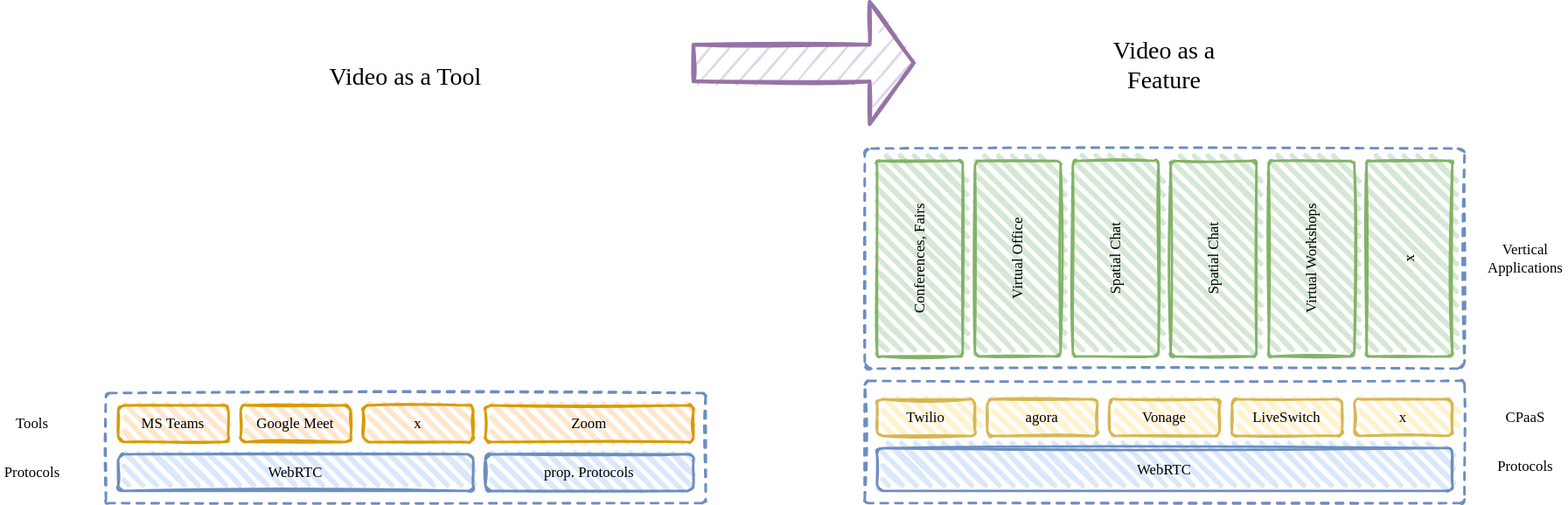
Earlier version of the draw.io export graphics/tools.video-from-tool-to-feature.drawio.svg (thomykay/t4at-movingimages). Source tidied: cells renumbered, new cells last; positions are measured from the earlier drawing's top-left corner, leaving out a move shared by most shapes. The source it was exported from:
```xml
<mxGraphModel>
  <root>
    <mxCell id="0" />
    <mxCell id="1" parent="0" />
    <mxCell id="2" value="WebRTC" style="rounded=1;whiteSpace=wrap;html=1;strokeWidth=2;fillWeight=4;hachureGap=8;hachureAngle=45;fillColor=#dae8fc;sketch=1;fontFamily=Comic Sans MS;labelBorderColor=none;strokeColor=#6c8ebf;" parent="1" vertex="1">
      <mxGeometry x="90" y="370" width="290" height="30" as="geometry" />
    </mxCell>
    <mxCell id="3" value="prop. Protocols" style="rounded=1;whiteSpace=wrap;html=1;strokeWidth=2;fillWeight=4;hachureGap=8;hachureAngle=45;fillColor=#dae8fc;sketch=1;fontFamily=Comic Sans MS;labelBorderColor=none;strokeColor=#6c8ebf;" parent="1" vertex="1">
      <mxGeometry x="390" y="370" width="170" height="30" as="geometry" />
    </mxCell>
    <mxCell id="4" value="Google Meet" style="rounded=1;whiteSpace=wrap;html=1;strokeWidth=2;fillWeight=4;hachureGap=8;hachureAngle=45;fillColor=#ffe6cc;sketch=1;fontFamily=Comic Sans MS;labelBorderColor=none;strokeColor=#d79b00;" parent="1" vertex="1">
      <mxGeometry x="190" y="330" width="90" height="30" as="geometry" />
    </mxCell>
    <mxCell id="5" value="MS Teams" style="rounded=1;whiteSpace=wrap;html=1;strokeWidth=2;fillWeight=4;hachureGap=8;hachureAngle=45;fillColor=#ffe6cc;sketch=1;fontFamily=Comic Sans MS;labelBorderColor=none;strokeColor=#d79b00;" parent="1" vertex="1">
      <mxGeometry x="90" y="330" width="90" height="30" as="geometry" />
    </mxCell>
    <mxCell id="6" value="Zoom" style="rounded=1;whiteSpace=wrap;html=1;strokeWidth=2;fillWeight=4;hachureGap=8;hachureAngle=45;fillColor=#ffe6cc;sketch=1;fontFamily=Comic Sans MS;labelBorderColor=none;strokeColor=#d79b00;" parent="1" vertex="1">
      <mxGeometry x="390" y="330" width="170" height="30" as="geometry" />
    </mxCell>
    <mxCell id="7" style="rounded=1;whiteSpace=wrap;html=1;strokeWidth=2;fillWeight=4;hachureGap=8;hachureAngle=45;sketch=1;fontFamily=Comic Sans MS;labelBorderColor=none;strokeColor=#6c8ebf;dashed=1;fillColor=none;arcSize=3;" parent="1" vertex="1">
      <mxGeometry x="80" y="320" width="490" height="90" as="geometry" />
    </mxCell>
    <mxCell id="8" style="rounded=1;whiteSpace=wrap;html=1;strokeWidth=2;fillWeight=4;hachureGap=8;hachureAngle=45;sketch=1;fontFamily=Comic Sans MS;labelBorderColor=none;strokeColor=#6c8ebf;dashed=1;fillColor=none;arcSize=3;" parent="1" vertex="1">
      <mxGeometry x="700" y="310" width="490" height="100" as="geometry" />
    </mxCell>
    <mxCell id="9" value="WebRTC" style="rounded=1;whiteSpace=wrap;html=1;strokeWidth=2;fillWeight=4;hachureGap=8;hachureAngle=45;fillColor=#dae8fc;sketch=1;fontFamily=Comic Sans MS;labelBorderColor=none;strokeColor=#6c8ebf;" parent="1" vertex="1">
      <mxGeometry x="710" y="365" width="470" height="35" as="geometry" />
    </mxCell>
    <mxCell id="10" value="x" style="rounded=1;whiteSpace=wrap;html=1;strokeWidth=2;fillWeight=4;hachureGap=8;hachureAngle=45;fillColor=#ffe6cc;sketch=1;fontFamily=Comic Sans MS;labelBorderColor=none;strokeColor=#d79b00;" parent="1" vertex="1">
      <mxGeometry x="290" y="330" width="90" height="30" as="geometry" />
    </mxCell>
    <mxCell id="11" value="Video as a Tool" style="text;html=1;strokeColor=none;fillColor=none;align=center;verticalAlign=middle;whiteSpace=wrap;rounded=0;dashed=1;fontFamily=Comic Sans MS;fontSize=20;" parent="1" vertex="1">
      <mxGeometry x="250" y="50" width="150" height="20" as="geometry" />
    </mxCell>
    <mxCell id="12" value="Protocols" style="text;html=1;strokeColor=none;fillColor=none;align=center;verticalAlign=middle;whiteSpace=wrap;rounded=0;dashed=1;fontFamily=Comic Sans MS;" parent="1" vertex="1">
      <mxGeometry y="375" width="40" height="20" as="geometry" />
    </mxCell>
    <mxCell id="13" value="Tools" style="text;html=1;strokeColor=none;fillColor=none;align=center;verticalAlign=middle;whiteSpace=wrap;rounded=0;dashed=1;fontFamily=Comic Sans MS;" parent="1" vertex="1">
      <mxGeometry y="335" width="40" height="20" as="geometry" />
    </mxCell>
    <mxCell id="14" value="Twilio" style="rounded=1;whiteSpace=wrap;html=1;strokeWidth=2;fillWeight=4;hachureGap=8;hachureAngle=45;fillColor=#fff2cc;sketch=1;fontFamily=Comic Sans MS;labelBorderColor=none;strokeColor=#d6b656;" parent="1" vertex="1">
      <mxGeometry x="710" y="325" width="80" height="30" as="geometry" />
    </mxCell>
    <mxCell id="15" value="agora" style="rounded=1;whiteSpace=wrap;html=1;strokeWidth=2;fillWeight=4;hachureGap=8;hachureAngle=45;fillColor=#fff2cc;sketch=1;fontFamily=Comic Sans MS;labelBorderColor=none;strokeColor=#d6b656;" parent="1" vertex="1">
      <mxGeometry x="800" y="325" width="90" height="30" as="geometry" />
    </mxCell>
    <mxCell id="16" value="Protocols" style="text;html=1;strokeColor=none;fillColor=none;align=center;verticalAlign=middle;whiteSpace=wrap;rounded=0;dashed=1;fontFamily=Comic Sans MS;" parent="1" vertex="1">
      <mxGeometry x="1220" y="370" width="40" height="20" as="geometry" />
    </mxCell>
    <mxCell id="17" value="CPaaS" style="text;html=1;strokeColor=none;fillColor=none;align=center;verticalAlign=middle;whiteSpace=wrap;rounded=0;dashed=1;fontFamily=Comic Sans MS;" parent="1" vertex="1">
      <mxGeometry x="1220" y="330" width="40" height="20" as="geometry" />
    </mxCell>
    <mxCell id="18" value="Vonage" style="rounded=1;whiteSpace=wrap;html=1;strokeWidth=2;fillWeight=4;hachureGap=8;hachureAngle=45;fillColor=#fff2cc;sketch=1;fontFamily=Comic Sans MS;labelBorderColor=none;strokeColor=#d6b656;" parent="1" vertex="1">
      <mxGeometry x="900" y="325" width="90" height="30" as="geometry" />
    </mxCell>
    <mxCell id="19" value="LiveSwitch" style="rounded=1;whiteSpace=wrap;html=1;strokeWidth=2;fillWeight=4;hachureGap=8;hachureAngle=45;fillColor=#fff2cc;sketch=1;fontFamily=Comic Sans MS;labelBorderColor=none;strokeColor=#d6b656;" parent="1" vertex="1">
      <mxGeometry x="1000" y="325" width="90" height="30" as="geometry" />
    </mxCell>
    <mxCell id="20" value="x" style="rounded=1;whiteSpace=wrap;html=1;strokeWidth=2;fillWeight=4;hachureGap=8;hachureAngle=45;fillColor=#fff2cc;sketch=1;fontFamily=Comic Sans MS;labelBorderColor=none;strokeColor=#d6b656;" parent="1" vertex="1">
      <mxGeometry x="1100" y="325" width="80" height="30" as="geometry" />
    </mxCell>
    <mxCell id="21" style="rounded=1;whiteSpace=wrap;html=1;strokeWidth=2;fillWeight=4;hachureGap=8;hachureAngle=45;sketch=1;fontFamily=Comic Sans MS;labelBorderColor=none;strokeColor=#6c8ebf;dashed=1;fillColor=none;arcSize=3;" parent="1" vertex="1">
      <mxGeometry x="700" y="120" width="490" height="180" as="geometry" />
    </mxCell>
    <mxCell id="22" value="Conferences, Fairs&lt;br&gt;" style="rounded=1;whiteSpace=wrap;html=1;strokeWidth=2;fillWeight=4;hachureGap=8;hachureAngle=45;fillColor=#d5e8d4;sketch=1;fontFamily=Comic Sans MS;labelBorderColor=none;strokeColor=#82b366;arcSize=5;horizontal=0;" parent="1" vertex="1">
      <mxGeometry x="710" y="130" width="70" height="160" as="geometry" />
    </mxCell>
    <mxCell id="23" value="Virtual Office" style="rounded=1;whiteSpace=wrap;html=1;strokeWidth=2;fillWeight=4;hachureGap=8;hachureAngle=45;fillColor=#d5e8d4;sketch=1;fontFamily=Comic Sans MS;labelBorderColor=none;strokeColor=#82b366;arcSize=5;horizontal=0;" parent="1" vertex="1">
      <mxGeometry x="790" y="130" width="70" height="160" as="geometry" />
    </mxCell>
    <mxCell id="24" value="Spatial Chat" style="rounded=1;whiteSpace=wrap;html=1;strokeWidth=2;fillWeight=4;hachureGap=8;hachureAngle=45;fillColor=#d5e8d4;sketch=1;fontFamily=Comic Sans MS;labelBorderColor=none;strokeColor=#82b366;arcSize=5;horizontal=0;" parent="1" vertex="1">
      <mxGeometry x="870" y="130" width="70" height="160" as="geometry" />
    </mxCell>
    <mxCell id="25" value="Spatial Chat" style="rounded=1;whiteSpace=wrap;html=1;strokeWidth=2;fillWeight=4;hachureGap=8;hachureAngle=45;fillColor=#d5e8d4;sketch=1;fontFamily=Comic Sans MS;labelBorderColor=none;strokeColor=#82b366;arcSize=5;horizontal=0;" parent="1" vertex="1">
      <mxGeometry x="950" y="130" width="70" height="160" as="geometry" />
    </mxCell>
    <mxCell id="26" value="Virtual Workshops" style="rounded=1;whiteSpace=wrap;html=1;strokeWidth=2;fillWeight=4;hachureGap=8;hachureAngle=45;fillColor=#d5e8d4;sketch=1;fontFamily=Comic Sans MS;labelBorderColor=none;strokeColor=#82b366;arcSize=5;horizontal=0;" parent="1" vertex="1">
      <mxGeometry x="1030" y="130" width="70" height="160" as="geometry" />
    </mxCell>
    <mxCell id="27" value="x" style="rounded=1;whiteSpace=wrap;html=1;strokeWidth=2;fillWeight=4;hachureGap=8;hachureAngle=45;fillColor=#d5e8d4;sketch=1;fontFamily=Comic Sans MS;labelBorderColor=none;strokeColor=#82b366;arcSize=5;horizontal=0;" parent="1" vertex="1">
      <mxGeometry x="1110" y="130" width="70" height="160" as="geometry" />
    </mxCell>
    <mxCell id="28" value="Vertical Applications" style="text;html=1;strokeColor=none;fillColor=none;align=center;verticalAlign=middle;whiteSpace=wrap;rounded=0;dashed=1;fontFamily=Comic Sans MS;" parent="1" vertex="1">
      <mxGeometry x="1220" y="200" width="40" height="20" as="geometry" />
    </mxCell>
    <mxCell id="29" value="Video as a Feature" style="text;html=1;strokeColor=none;fillColor=none;align=center;verticalAlign=middle;whiteSpace=wrap;rounded=0;dashed=1;fontFamily=Comic Sans MS;fontSize=20;" parent="1" vertex="1">
      <mxGeometry x="870" y="50" width="150" as="geometry" />
    </mxCell>
    <mxCell id="30" style="shape=singleArrow;direction=west;whiteSpace=wrap;html=1;fontFamily=Comic Sans MS;fontSize=20;sketch=1;rotation=-180;strokeWidth=3;fillColor=#e1d5e7;strokeColor=#9673a6;" parent="1" vertex="1">
      <mxGeometry x="560" width="180" height="100" as="geometry" />
    </mxCell>
  </root>
</mxGraphModel>
```
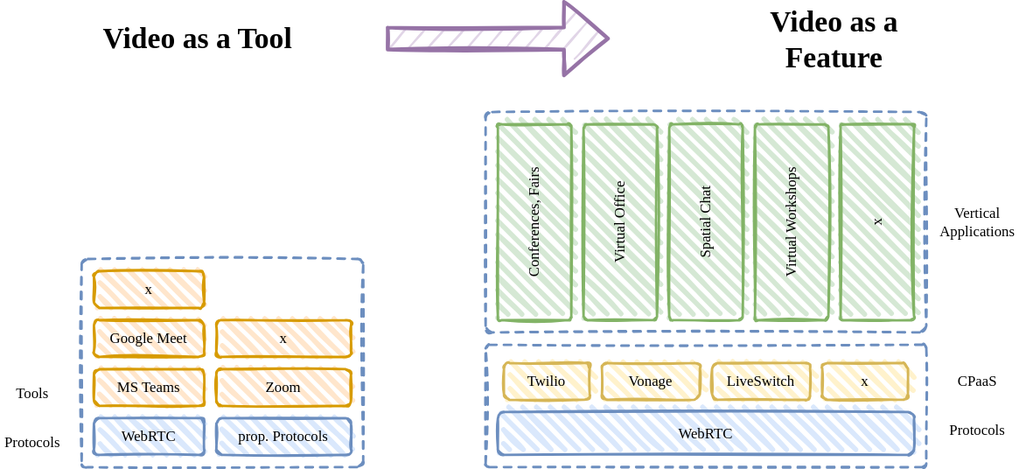
After the change.

Commit message:
State: Video Recording

Change to the diagram source:
```diff
@@ -3,91 +3,88 @@
     <mxCell id="0" />
     <mxCell id="1" parent="0" />
     <mxCell id="2" value="WebRTC" style="rounded=1;whiteSpace=wrap;html=1;strokeWidth=2;fillWeight=4;hachureGap=8;hachureAngle=45;fillColor=#dae8fc;sketch=1;fontFamily=Comic Sans MS;labelBorderColor=none;strokeColor=#6c8ebf;" parent="1" vertex="1">
-      <mxGeometry x="90" y="370" width="290" height="30" as="geometry" />
+      <mxGeometry x="380" y="370" width="90" height="30" as="geometry" />
     </mxCell>
     <mxCell id="3" value="prop. Protocols" style="rounded=1;whiteSpace=wrap;html=1;strokeWidth=2;fillWeight=4;hachureGap=8;hachureAngle=45;fillColor=#dae8fc;sketch=1;fontFamily=Comic Sans MS;labelBorderColor=none;strokeColor=#6c8ebf;" parent="1" vertex="1">
-      <mxGeometry x="390" y="370" width="170" height="30" as="geometry" />
+      <mxGeometry x="480" y="370" width="110" height="30" as="geometry" />
     </mxCell>
     <mxCell id="4" value="Google Meet" style="rounded=1;whiteSpace=wrap;html=1;strokeWidth=2;fillWeight=4;hachureGap=8;hachureAngle=45;fillColor=#ffe6cc;sketch=1;fontFamily=Comic Sans MS;labelBorderColor=none;strokeColor=#d79b00;" parent="1" vertex="1">
-      <mxGeometry x="190" y="330" width="90" height="30" as="geometry" />
+      <mxGeometry x="380" y="290" width="90" height="30" as="geometry" />
     </mxCell>
     <mxCell id="5" value="MS Teams" style="rounded=1;whiteSpace=wrap;html=1;strokeWidth=2;fillWeight=4;hachureGap=8;hachureAngle=45;fillColor=#ffe6cc;sketch=1;fontFamily=Comic Sans MS;labelBorderColor=none;strokeColor=#d79b00;" parent="1" vertex="1">
-      <mxGeometry x="90" y="330" width="90" height="30" as="geometry" />
+      <mxGeometry x="380" y="330" width="90" height="30" as="geometry" />
     </mxCell>
     <mxCell id="6" value="Zoom" style="rounded=1;whiteSpace=wrap;html=1;strokeWidth=2;fillWeight=4;hachureGap=8;hachureAngle=45;fillColor=#ffe6cc;sketch=1;fontFamily=Comic Sans MS;labelBorderColor=none;strokeColor=#d79b00;" parent="1" vertex="1">
-      <mxGeometry x="390" y="330" width="170" height="30" as="geometry" />
+      <mxGeometry x="480" y="330" width="110" height="30" as="geometry" />
     </mxCell>
     <mxCell id="7" style="rounded=1;whiteSpace=wrap;html=1;strokeWidth=2;fillWeight=4;hachureGap=8;hachureAngle=45;sketch=1;fontFamily=Comic Sans MS;labelBorderColor=none;strokeColor=#6c8ebf;dashed=1;fillColor=none;arcSize=3;" parent="1" vertex="1">
-      <mxGeometry x="80" y="320" width="490" height="90" as="geometry" />
+      <mxGeometry x="370" y="240" width="230" height="170" as="geometry" />
     </mxCell>
     <mxCell id="8" style="rounded=1;whiteSpace=wrap;html=1;strokeWidth=2;fillWeight=4;hachureGap=8;hachureAngle=45;sketch=1;fontFamily=Comic Sans MS;labelBorderColor=none;strokeColor=#6c8ebf;dashed=1;fillColor=none;arcSize=3;" parent="1" vertex="1">
-      <mxGeometry x="700" y="310" width="490" height="100" as="geometry" />
+      <mxGeometry x="700" y="310" width="360" height="100" as="geometry" />
     </mxCell>
     <mxCell id="9" value="WebRTC" style="rounded=1;whiteSpace=wrap;html=1;strokeWidth=2;fillWeight=4;hachureGap=8;hachureAngle=45;fillColor=#dae8fc;sketch=1;fontFamily=Comic Sans MS;labelBorderColor=none;strokeColor=#6c8ebf;" parent="1" vertex="1">
-      <mxGeometry x="710" y="365" width="470" height="35" as="geometry" />
+      <mxGeometry x="710" y="365" width="340" height="35" as="geometry" />
     </mxCell>
     <mxCell id="10" value="x" style="rounded=1;whiteSpace=wrap;html=1;strokeWidth=2;fillWeight=4;hachureGap=8;hachureAngle=45;fillColor=#ffe6cc;sketch=1;fontFamily=Comic Sans MS;labelBorderColor=none;strokeColor=#d79b00;" parent="1" vertex="1">
-      <mxGeometry x="290" y="330" width="90" height="30" as="geometry" />
+      <mxGeometry x="380" y="250" width="90" height="30" as="geometry" />
     </mxCell>
-    <mxCell id="11" value="Video as a Tool" style="text;html=1;strokeColor=none;fillColor=none;align=center;verticalAlign=middle;whiteSpace=wrap;rounded=0;dashed=1;fontFamily=Comic Sans MS;fontSize=20;" parent="1" vertex="1">
-      <mxGeometry x="250" y="50" width="150" height="20" as="geometry" />
+    <mxCell id="11" value="Video as a Tool" style="text;html=1;strokeColor=none;fillColor=none;align=center;verticalAlign=middle;whiteSpace=wrap;rounded=0;dashed=1;fontFamily=Comic Sans MS;fontSize=24;fontStyle=1;" parent="1" vertex="1">
+      <mxGeometry x="370" y="50" width="190" height="20" as="geometry" />
     </mxCell>
     <mxCell id="12" value="Protocols" style="text;html=1;strokeColor=none;fillColor=none;align=center;verticalAlign=middle;whiteSpace=wrap;rounded=0;dashed=1;fontFamily=Comic Sans MS;" parent="1" vertex="1">
-      <mxGeometry y="375" width="40" height="20" as="geometry" />
+      <mxGeometry x="310" y="380" width="40" height="20" as="geometry" />
     </mxCell>
     <mxCell id="13" value="Tools" style="text;html=1;strokeColor=none;fillColor=none;align=center;verticalAlign=middle;whiteSpace=wrap;rounded=0;dashed=1;fontFamily=Comic Sans MS;" parent="1" vertex="1">
-      <mxGeometry y="335" width="40" height="20" as="geometry" />
+      <mxGeometry x="310" y="340" width="40" height="20" as="geometry" />
     </mxCell>
     <mxCell id="14" value="Twilio" style="rounded=1;whiteSpace=wrap;html=1;strokeWidth=2;fillWeight=4;hachureGap=8;hachureAngle=45;fillColor=#fff2cc;sketch=1;fontFamily=Comic Sans MS;labelBorderColor=none;strokeColor=#d6b656;" parent="1" vertex="1">
-      <mxGeometry x="710" y="325" width="80" height="30" as="geometry" />
+      <mxGeometry x="715" y="325" width="70" height="30" as="geometry" />
     </mxCell>
-    <mxCell id="15" value="agora" style="rounded=1;whiteSpace=wrap;html=1;strokeWidth=2;fillWeight=4;hachureGap=8;hachureAngle=45;fillColor=#fff2cc;sketch=1;fontFamily=Comic Sans MS;labelBorderColor=none;strokeColor=#d6b656;" parent="1" vertex="1">
-      <mxGeometry x="800" y="325" width="90" height="30" as="geometry" />
-    </mxCell>
     <mxCell id="16" value="Protocols" style="text;html=1;strokeColor=none;fillColor=none;align=center;verticalAlign=middle;whiteSpace=wrap;rounded=0;dashed=1;fontFamily=Comic Sans MS;" parent="1" vertex="1">
-      <mxGeometry x="1220" y="370" width="40" height="20" as="geometry" />
+      <mxGeometry x="1082" y="370" width="40" height="20" as="geometry" />
     </mxCell>
     <mxCell id="17" value="CPaaS" style="text;html=1;strokeColor=none;fillColor=none;align=center;verticalAlign=middle;whiteSpace=wrap;rounded=0;dashed=1;fontFamily=Comic Sans MS;" parent="1" vertex="1">
-      <mxGeometry x="1220" y="330" width="40" height="20" as="geometry" />
+      <mxGeometry x="1082" y="330" width="40" height="20" as="geometry" />
     </mxCell>
     <mxCell id="18" value="Vonage" style="rounded=1;whiteSpace=wrap;html=1;strokeWidth=2;fillWeight=4;hachureGap=8;hachureAngle=45;fillColor=#fff2cc;sketch=1;fontFamily=Comic Sans MS;labelBorderColor=none;strokeColor=#d6b656;" parent="1" vertex="1">
-      <mxGeometry x="900" y="325" width="90" height="30" as="geometry" />
+      <mxGeometry x="795" y="325" width="80" height="30" as="geometry" />
     </mxCell>
     <mxCell id="19" value="LiveSwitch" style="rounded=1;whiteSpace=wrap;html=1;strokeWidth=2;fillWeight=4;hachureGap=8;hachureAngle=45;fillColor=#fff2cc;sketch=1;fontFamily=Comic Sans MS;labelBorderColor=none;strokeColor=#d6b656;" parent="1" vertex="1">
-      <mxGeometry x="1000" y="325" width="90" height="30" as="geometry" />
+      <mxGeometry x="885" y="325" width="80" height="30" as="geometry" />
     </mxCell>
     <mxCell id="20" value="x" style="rounded=1;whiteSpace=wrap;html=1;strokeWidth=2;fillWeight=4;hachureGap=8;hachureAngle=45;fillColor=#fff2cc;sketch=1;fontFamily=Comic Sans MS;labelBorderColor=none;strokeColor=#d6b656;" parent="1" vertex="1">
-      <mxGeometry x="1100" y="325" width="80" height="30" as="geometry" />
+      <mxGeometry x="975" y="325" width="70" height="30" as="geometry" />
     </mxCell>
     <mxCell id="21" style="rounded=1;whiteSpace=wrap;html=1;strokeWidth=2;fillWeight=4;hachureGap=8;hachureAngle=45;sketch=1;fontFamily=Comic Sans MS;labelBorderColor=none;strokeColor=#6c8ebf;dashed=1;fillColor=none;arcSize=3;" parent="1" vertex="1">
-      <mxGeometry x="700" y="120" width="490" height="180" as="geometry" />
+      <mxGeometry x="700" y="120" width="360" height="180" as="geometry" />
     </mxCell>
     <mxCell id="22" value="Conferences, Fairs&lt;br&gt;" style="rounded=1;whiteSpace=wrap;html=1;strokeWidth=2;fillWeight=4;hachureGap=8;hachureAngle=45;fillColor=#d5e8d4;sketch=1;fontFamily=Comic Sans MS;labelBorderColor=none;strokeColor=#82b366;arcSize=5;horizontal=0;" parent="1" vertex="1">
-      <mxGeometry x="710" y="130" width="70" height="160" as="geometry" />
+      <mxGeometry x="710" y="130" width="60" height="160" as="geometry" />
     </mxCell>
     <mxCell id="23" value="Virtual Office" style="rounded=1;whiteSpace=wrap;html=1;strokeWidth=2;fillWeight=4;hachureGap=8;hachureAngle=45;fillColor=#d5e8d4;sketch=1;fontFamily=Comic Sans MS;labelBorderColor=none;strokeColor=#82b366;arcSize=5;horizontal=0;" parent="1" vertex="1">
-      <mxGeometry x="790" y="130" width="70" height="160" as="geometry" />
+      <mxGeometry x="780" y="130" width="60" height="160" as="geometry" />
     </mxCell>
     <mxCell id="24" value="Spatial Chat" style="rounded=1;whiteSpace=wrap;html=1;strokeWidth=2;fillWeight=4;hachureGap=8;hachureAngle=45;fillColor=#d5e8d4;sketch=1;fontFamily=Comic Sans MS;labelBorderColor=none;strokeColor=#82b366;arcSize=5;horizontal=0;" parent="1" vertex="1">
-      <mxGeometry x="870" y="130" width="70" height="160" as="geometry" />
+      <mxGeometry x="850" y="130" width="60" height="160" as="geometry" />
     </mxCell>
-    <mxCell id="25" value="Spatial Chat" style="rounded=1;whiteSpace=wrap;html=1;strokeWidth=2;fillWeight=4;hachureGap=8;hachureAngle=45;fillColor=#d5e8d4;sketch=1;fontFamily=Comic Sans MS;labelBorderColor=none;strokeColor=#82b366;arcSize=5;horizontal=0;" parent="1" vertex="1">
-      <mxGeometry x="950" y="130" width="70" height="160" as="geometry" />
-    </mxCell>
     <mxCell id="26" value="Virtual Workshops" style="rounded=1;whiteSpace=wrap;html=1;strokeWidth=2;fillWeight=4;hachureGap=8;hachureAngle=45;fillColor=#d5e8d4;sketch=1;fontFamily=Comic Sans MS;labelBorderColor=none;strokeColor=#82b366;arcSize=5;horizontal=0;" parent="1" vertex="1">
-      <mxGeometry x="1030" y="130" width="70" height="160" as="geometry" />
+      <mxGeometry x="920" y="130" width="60" height="160" as="geometry" />
     </mxCell>
     <mxCell id="27" value="x" style="rounded=1;whiteSpace=wrap;html=1;strokeWidth=2;fillWeight=4;hachureGap=8;hachureAngle=45;fillColor=#d5e8d4;sketch=1;fontFamily=Comic Sans MS;labelBorderColor=none;strokeColor=#82b366;arcSize=5;horizontal=0;" parent="1" vertex="1">
-      <mxGeometry x="1110" y="130" width="70" height="160" as="geometry" />
+      <mxGeometry x="990" y="130" width="60" height="160" as="geometry" />
     </mxCell>
     <mxCell id="28" value="Vertical Applications" style="text;html=1;strokeColor=none;fillColor=none;align=center;verticalAlign=middle;whiteSpace=wrap;rounded=0;dashed=1;fontFamily=Comic Sans MS;" parent="1" vertex="1">
-      <mxGeometry x="1220" y="200" width="40" height="20" as="geometry" />
+      <mxGeometry x="1082" y="200" width="40" height="20" as="geometry" />
     </mxCell>
-    <mxCell id="29" value="Video as a Feature" style="text;html=1;strokeColor=none;fillColor=none;align=center;verticalAlign=middle;whiteSpace=wrap;rounded=0;dashed=1;fontFamily=Comic Sans MS;fontSize=20;" parent="1" vertex="1">
-      <mxGeometry x="870" y="50" width="150" as="geometry" />
+    <mxCell id="29" value="Video as a Feature" style="text;html=1;strokeColor=none;fillColor=none;align=center;verticalAlign=middle;whiteSpace=wrap;rounded=0;dashed=1;fontFamily=Comic Sans MS;fontSize=24;fontStyle=1;" parent="1" vertex="1">
+      <mxGeometry x="910" y="60" width="150" as="geometry" />
     </mxCell>
     <mxCell id="30" style="shape=singleArrow;direction=west;whiteSpace=wrap;html=1;fontFamily=Comic Sans MS;fontSize=20;sketch=1;rotation=-180;strokeWidth=3;fillColor=#e1d5e7;strokeColor=#9673a6;" parent="1" vertex="1">
-      <mxGeometry x="560" width="180" height="100" as="geometry" />
+      <mxGeometry x="620" y="30" width="180" height="60" as="geometry" />
     </mxCell>
+    <mxCell id="31" value="x" style="rounded=1;whiteSpace=wrap;html=1;strokeWidth=2;fillWeight=4;hachureGap=8;hachureAngle=45;fillColor=#ffe6cc;sketch=1;fontFamily=Comic Sans MS;labelBorderColor=none;strokeColor=#d79b00;" parent="1" vertex="1">
+      <mxGeometry x="480" y="290" width="110" height="30" as="geometry" />
+    </mxCell>
   </root>
 </mxGraphModel>
```
